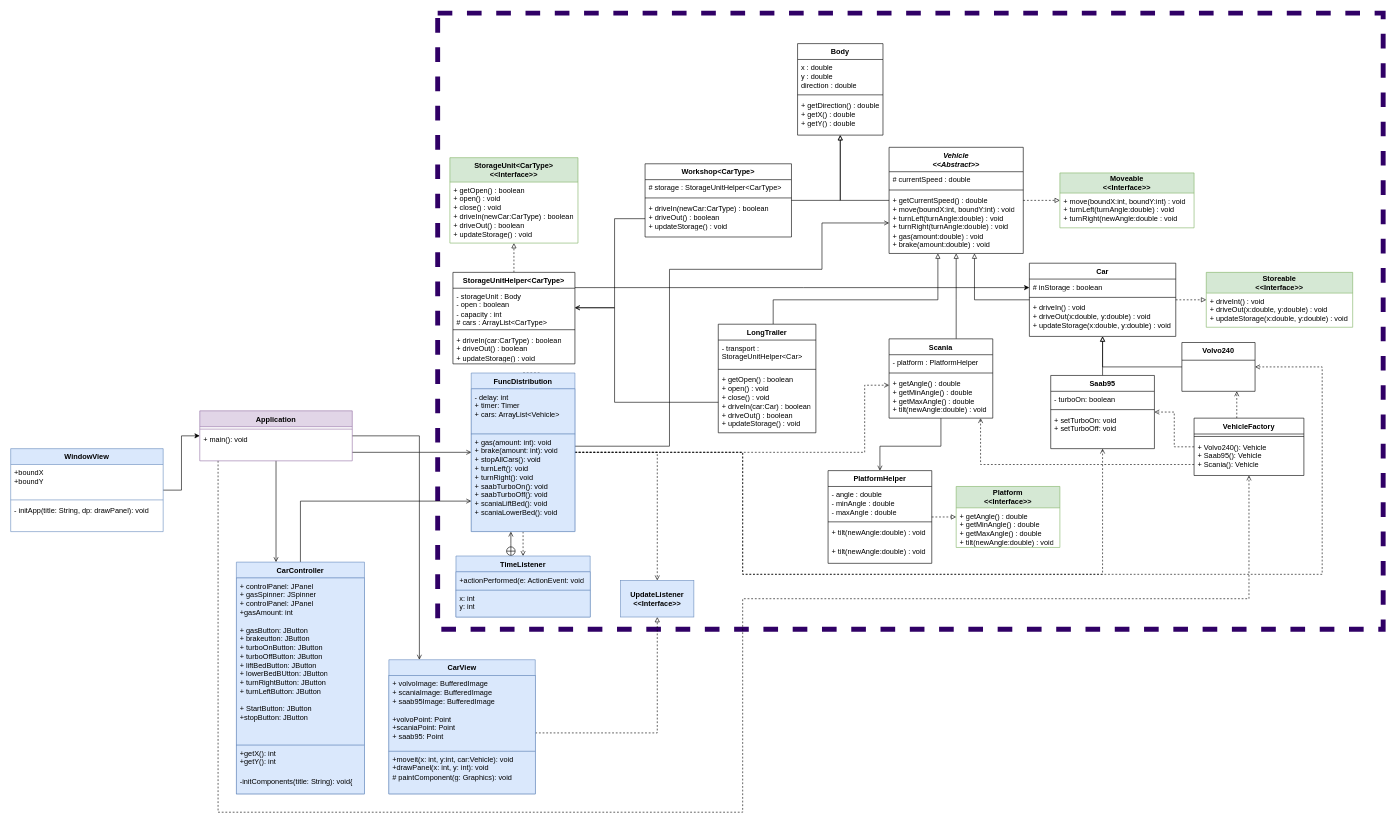
ErikFogelstrand/lab1-riktig keeps this draw.io diagram as Labb3superpost.drawio. Above is the earlier version. Source tidied: cells renumbered, new cells numbered last; positions are measured from the earlier drawing's top-left corner, leaving out a move shared by most shapes. Both pictures are drawn from the tidied source at 61%, with x=0, y=0 at pixel (10, 13).
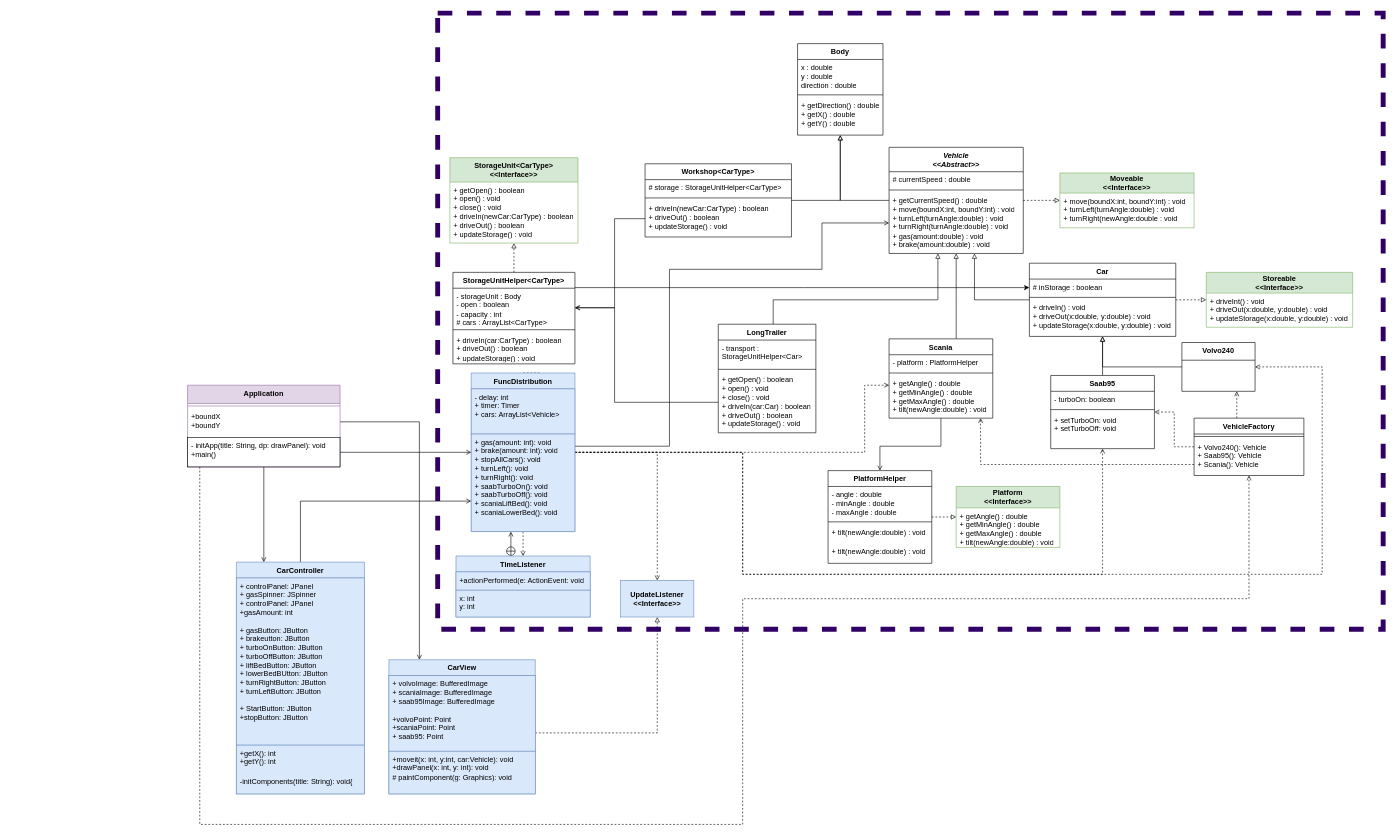
The same page after the edit.

The change refers to these unchanged cells:
```xml
<mxCell id="19" value="FuncDistribution" style="swimlane;fontStyle=1;align=center;verticalAlign=top;horizontal=1;startSize=26;whiteSpace=wrap;html=1;fillColor=#dae8fc;strokeColor=#6c8ebf;" parent="1" vertex="1">
  <mxGeometry x="755" y="590" width="170" height="260" as="geometry" />
</mxCell>
<mxCell id="101" value="VehicleFactory" style="swimlane;fontStyle=1;align=center;verticalAlign=top;horizontal=1;startSize=26;whiteSpace=wrap;html=1;" parent="1" vertex="1">
  <mxGeometry x="1940" y="664" width="180" height="94" as="geometry" />
</mxCell>
```

Diff of the diagram source:
```diff
@@
     <mxCell id="86" style="edgeStyle=orthogonalEdgeStyle;rounded=0;jettySize=auto;html=1;endArrow=open;endFill=0;" parent="1" edge="1" source="90" target="19">
       <mxGeometry relative="1" as="geometry">
         <Array as="points">
-          <mxPoint x="670" y="693" />
+          <mxPoint x="670" y="670" />
           <mxPoint x="670" y="720" />
         </Array>
       </mxGeometry>
     </mxCell>
@@
     <mxCell id="89" style="edgeStyle=orthogonalEdgeStyle;rounded=0;jettySize=auto;html=1;dashed=1;endArrow=open;endFill=0;" parent="1" edge="1" source="90" target="101">
       <mxGeometry relative="1" as="geometry">
         <Array as="points">
-          <mxPoint x="340" y="1310" />
-          <mxPoint x="1200" y="1310" />
+          <mxPoint x="310" y="1330" />
+          <mxPoint x="1200" y="1330" />
           <mxPoint x="1200" y="960" />
           <mxPoint x="2030" y="960" />
         </Array>
       </mxGeometry>
     </mxCell>
-    <mxCell id="90" value="Application" style="swimlane;fontStyle=1;align=center;verticalAlign=top;horizontal=1;startSize=26;whiteSpace=wrap;html=1;fillColor=#e1d5e7;strokeColor=#9673a6;" parent="1" vertex="1">
-      <mxGeometry x="310" y="652" width="250" height="82" as="geometry" />
+    <mxCell id="90" value="Application" style="swimlane;fontStyle=1;align=center;verticalAlign=top;horizontal=1;startSize=30;whiteSpace=wrap;html=1;fillColor=#e1d5e7;strokeColor=#9673a6;" parent="1" vertex="1">
+      <mxGeometry x="290" y="610" width="250" height="134" as="geometry" />
     </mxCell>
     <mxCell id="91" style="line;strokeWidth=1;fillColor=none;align=left;verticalAlign=middle;spacingTop=-1;spacingLeft=3;spacingRight=3;labelPosition=right;strokeColor=inherit;" parent="90" vertex="1">
-      <mxGeometry y="26" width="250" height="8" as="geometry" />
+      <mxGeometry y="30" width="250" height="8" as="geometry" />
     </mxCell>
-    <mxCell id="92" value="&lt;div&gt;+ main(): void&lt;/div&gt;" style="text;strokeColor=none;fillColor=none;align=left;verticalAlign=top;spacingLeft=4;spacingRight=4;overflow=hidden;whiteSpace=wrap;html=1;" parent="90" vertex="1">
-      <mxGeometry y="34" width="250" height="48" as="geometry" />
+    <mxCell id="92" value="&lt;div&gt;+boundX&lt;/div&gt;&lt;div&gt;+boundY&lt;br&gt;&lt;/div&gt;" style="text;strokeColor=none;fillColor=none;align=left;verticalAlign=top;spacingLeft=4;spacingRight=4;overflow=hidden;whiteSpace=wrap;html=1;" parent="90" vertex="1">
+      <mxGeometry y="38" width="250" height="48" as="geometry" />
     </mxCell>
-    <mxCell id="93" style="edgeStyle=orthogonalEdgeStyle;rounded=0;jettySize=auto;html=1;" parent="1" edge="1" source="94" target="90">
-      <mxGeometry relative="1" as="geometry" />
-    </mxCell>
-    <mxCell id="94" value="WindowView" style="swimlane;fontStyle=1;align=center;verticalAlign=top;horizontal=1;startSize=26;whiteSpace=wrap;html=1;fillColor=#dae8fc;strokeColor=#6c8ebf;" parent="1" vertex="1">
-      <mxGeometry y="714" width="250" height="136" as="geometry" />
-    </mxCell>
-    <mxCell id="95" value="&lt;div&gt;+boundX&lt;/div&gt;&lt;div&gt;+boundY&lt;br&gt;&lt;/div&gt;" style="text;strokeColor=none;fillColor=none;align=left;verticalAlign=top;spacingLeft=4;spacingRight=4;overflow=hidden;whiteSpace=wrap;html=1;" parent="94" vertex="1">
-      <mxGeometry y="26" width="250" height="54" as="geometry" />
-    </mxCell>
-    <mxCell id="96" style="line;strokeWidth=1;fillColor=none;align=left;verticalAlign=middle;spacingTop=-1;spacingLeft=3;spacingRight=3;labelPosition=right;strokeColor=inherit;" parent="94" vertex="1">
-      <mxGeometry y="80" width="250" height="8" as="geometry" />
-    </mxCell>
-    <mxCell id="97" value="&lt;div&gt;- initApp(title: String, dp: drawPanel): void&lt;br&gt;&lt;/div&gt;" style="text;strokeColor=none;fillColor=none;align=left;verticalAlign=top;spacingLeft=4;spacingRight=4;overflow=hidden;whiteSpace=wrap;html=1;" parent="94" vertex="1">
-      <mxGeometry y="88" width="250" height="48" as="geometry" />
-    </mxCell>
+    <mxCell id="104" value="&lt;div&gt;- initApp(title: String, dp: drawPanel): void&lt;/div&gt;&lt;div&gt;+main()&lt;/div&gt;" style="text;strokeColor=default;fillColor=none;align=left;verticalAlign=top;spacingLeft=4;spacingRight=4;overflow=hidden;whiteSpace=wrap;html=1;" parent="90" vertex="1">
+      <mxGeometry y="86" width="250" height="48" as="geometry" />
+    </mxCell>
```
